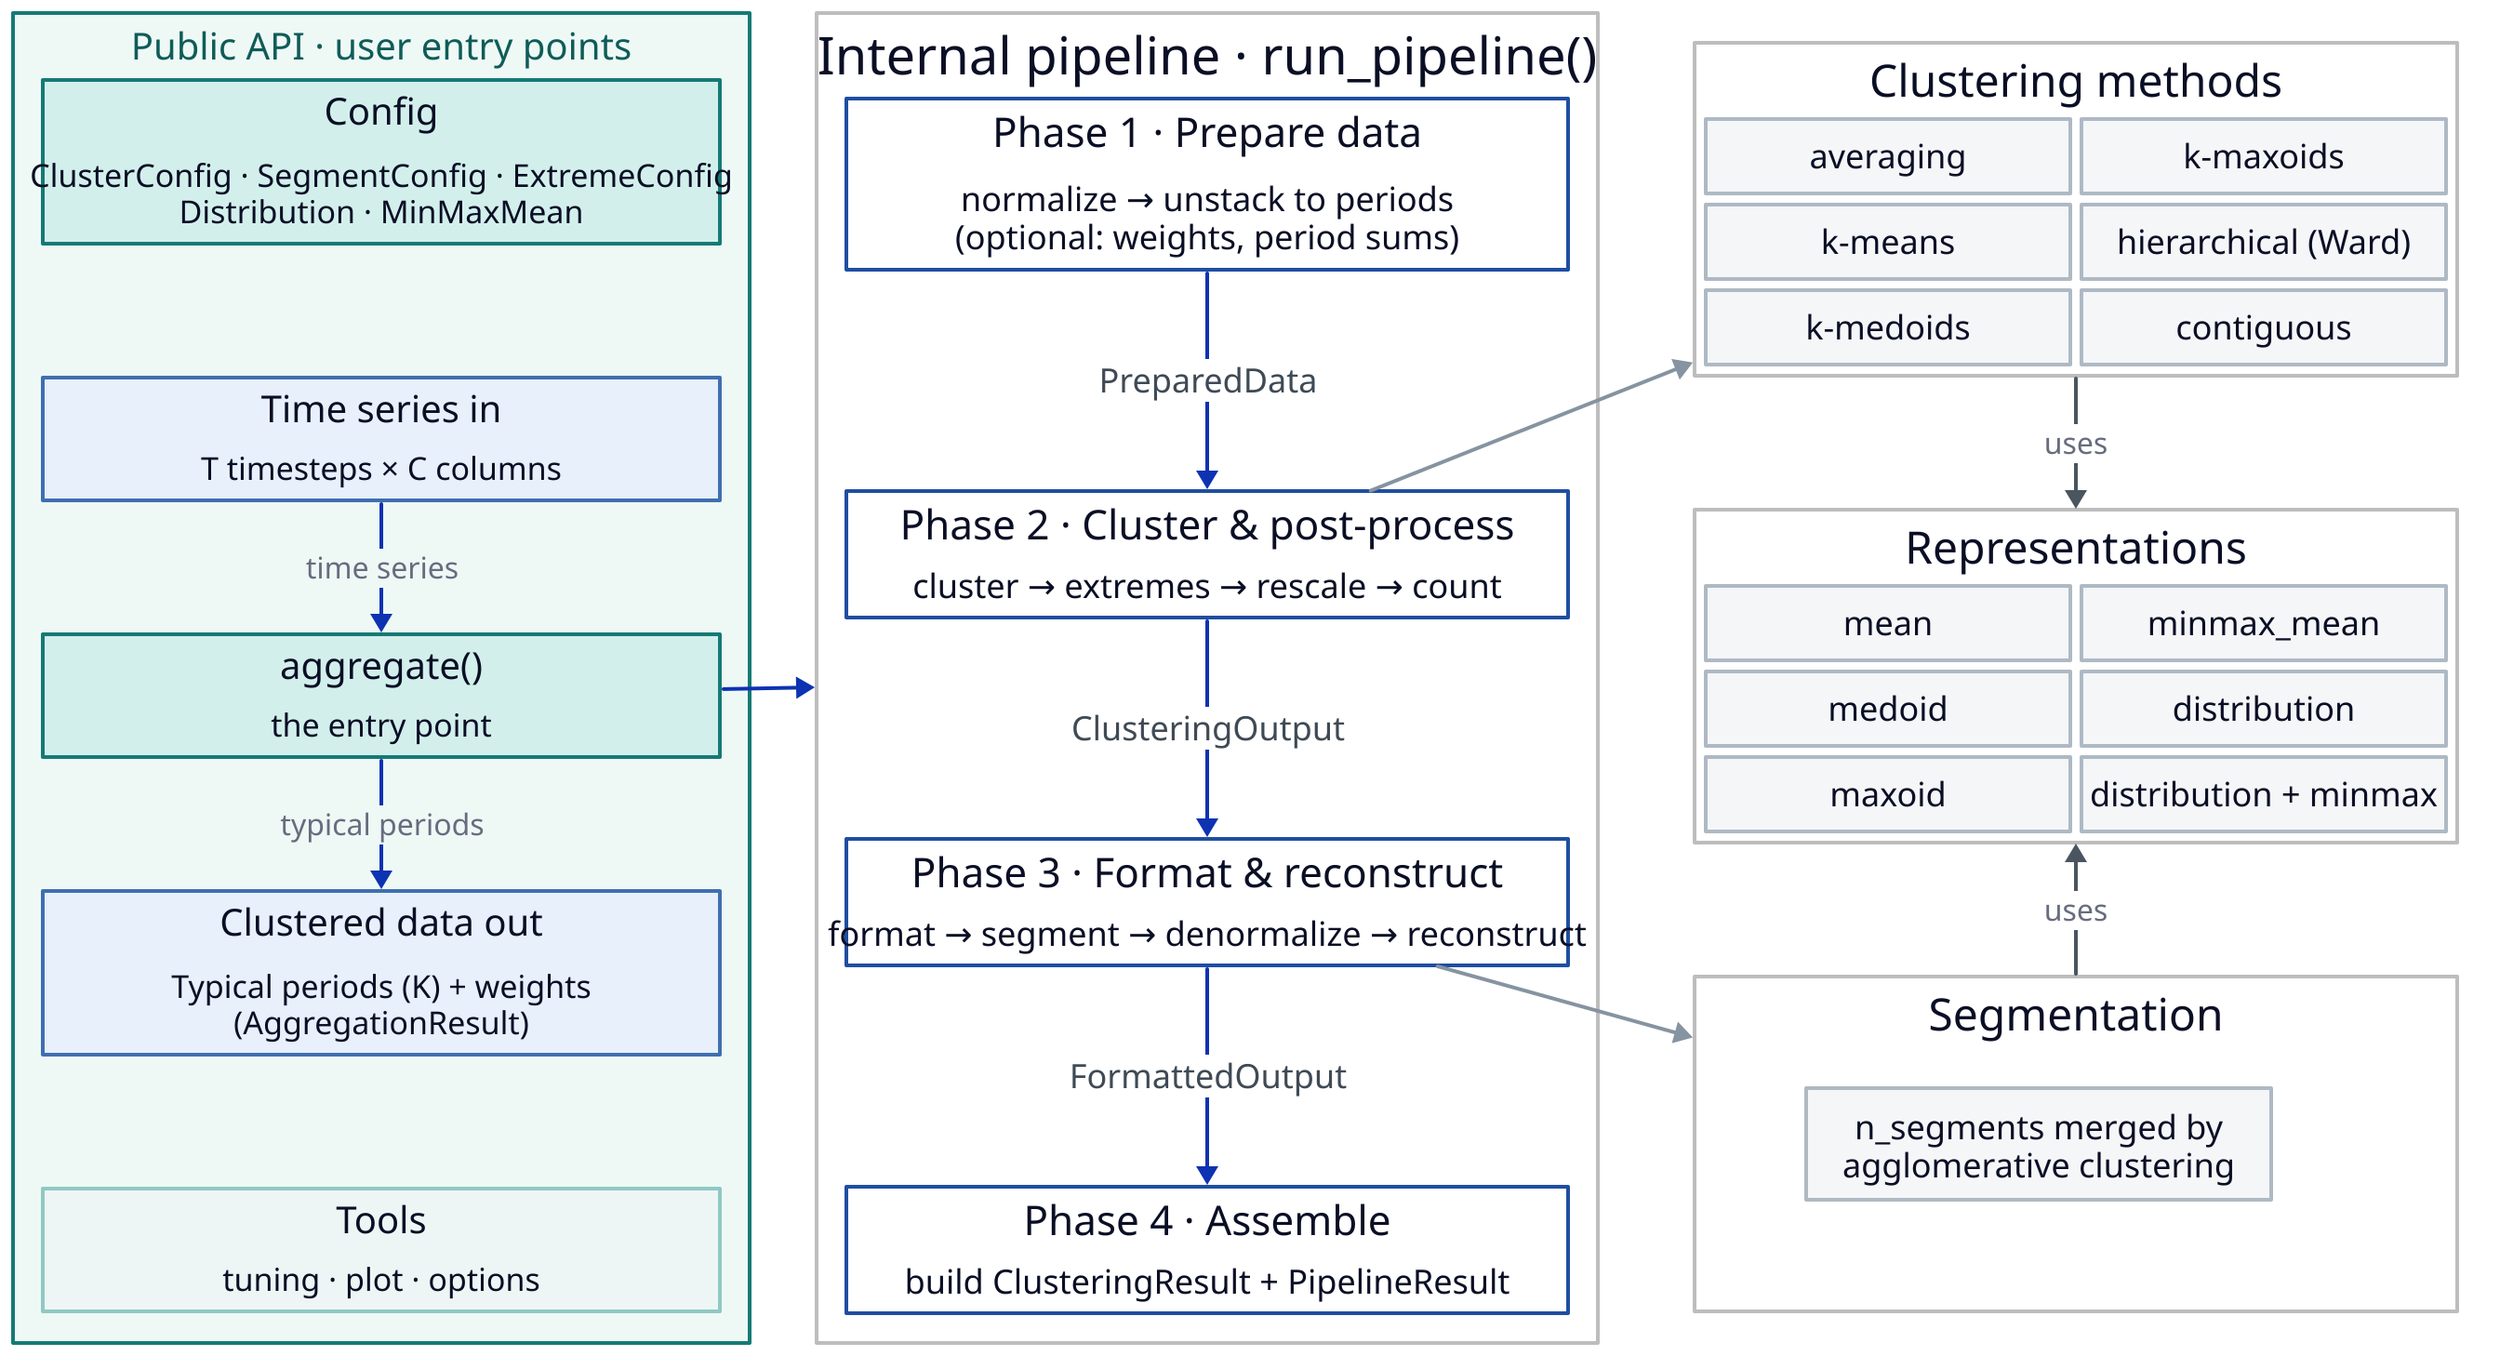
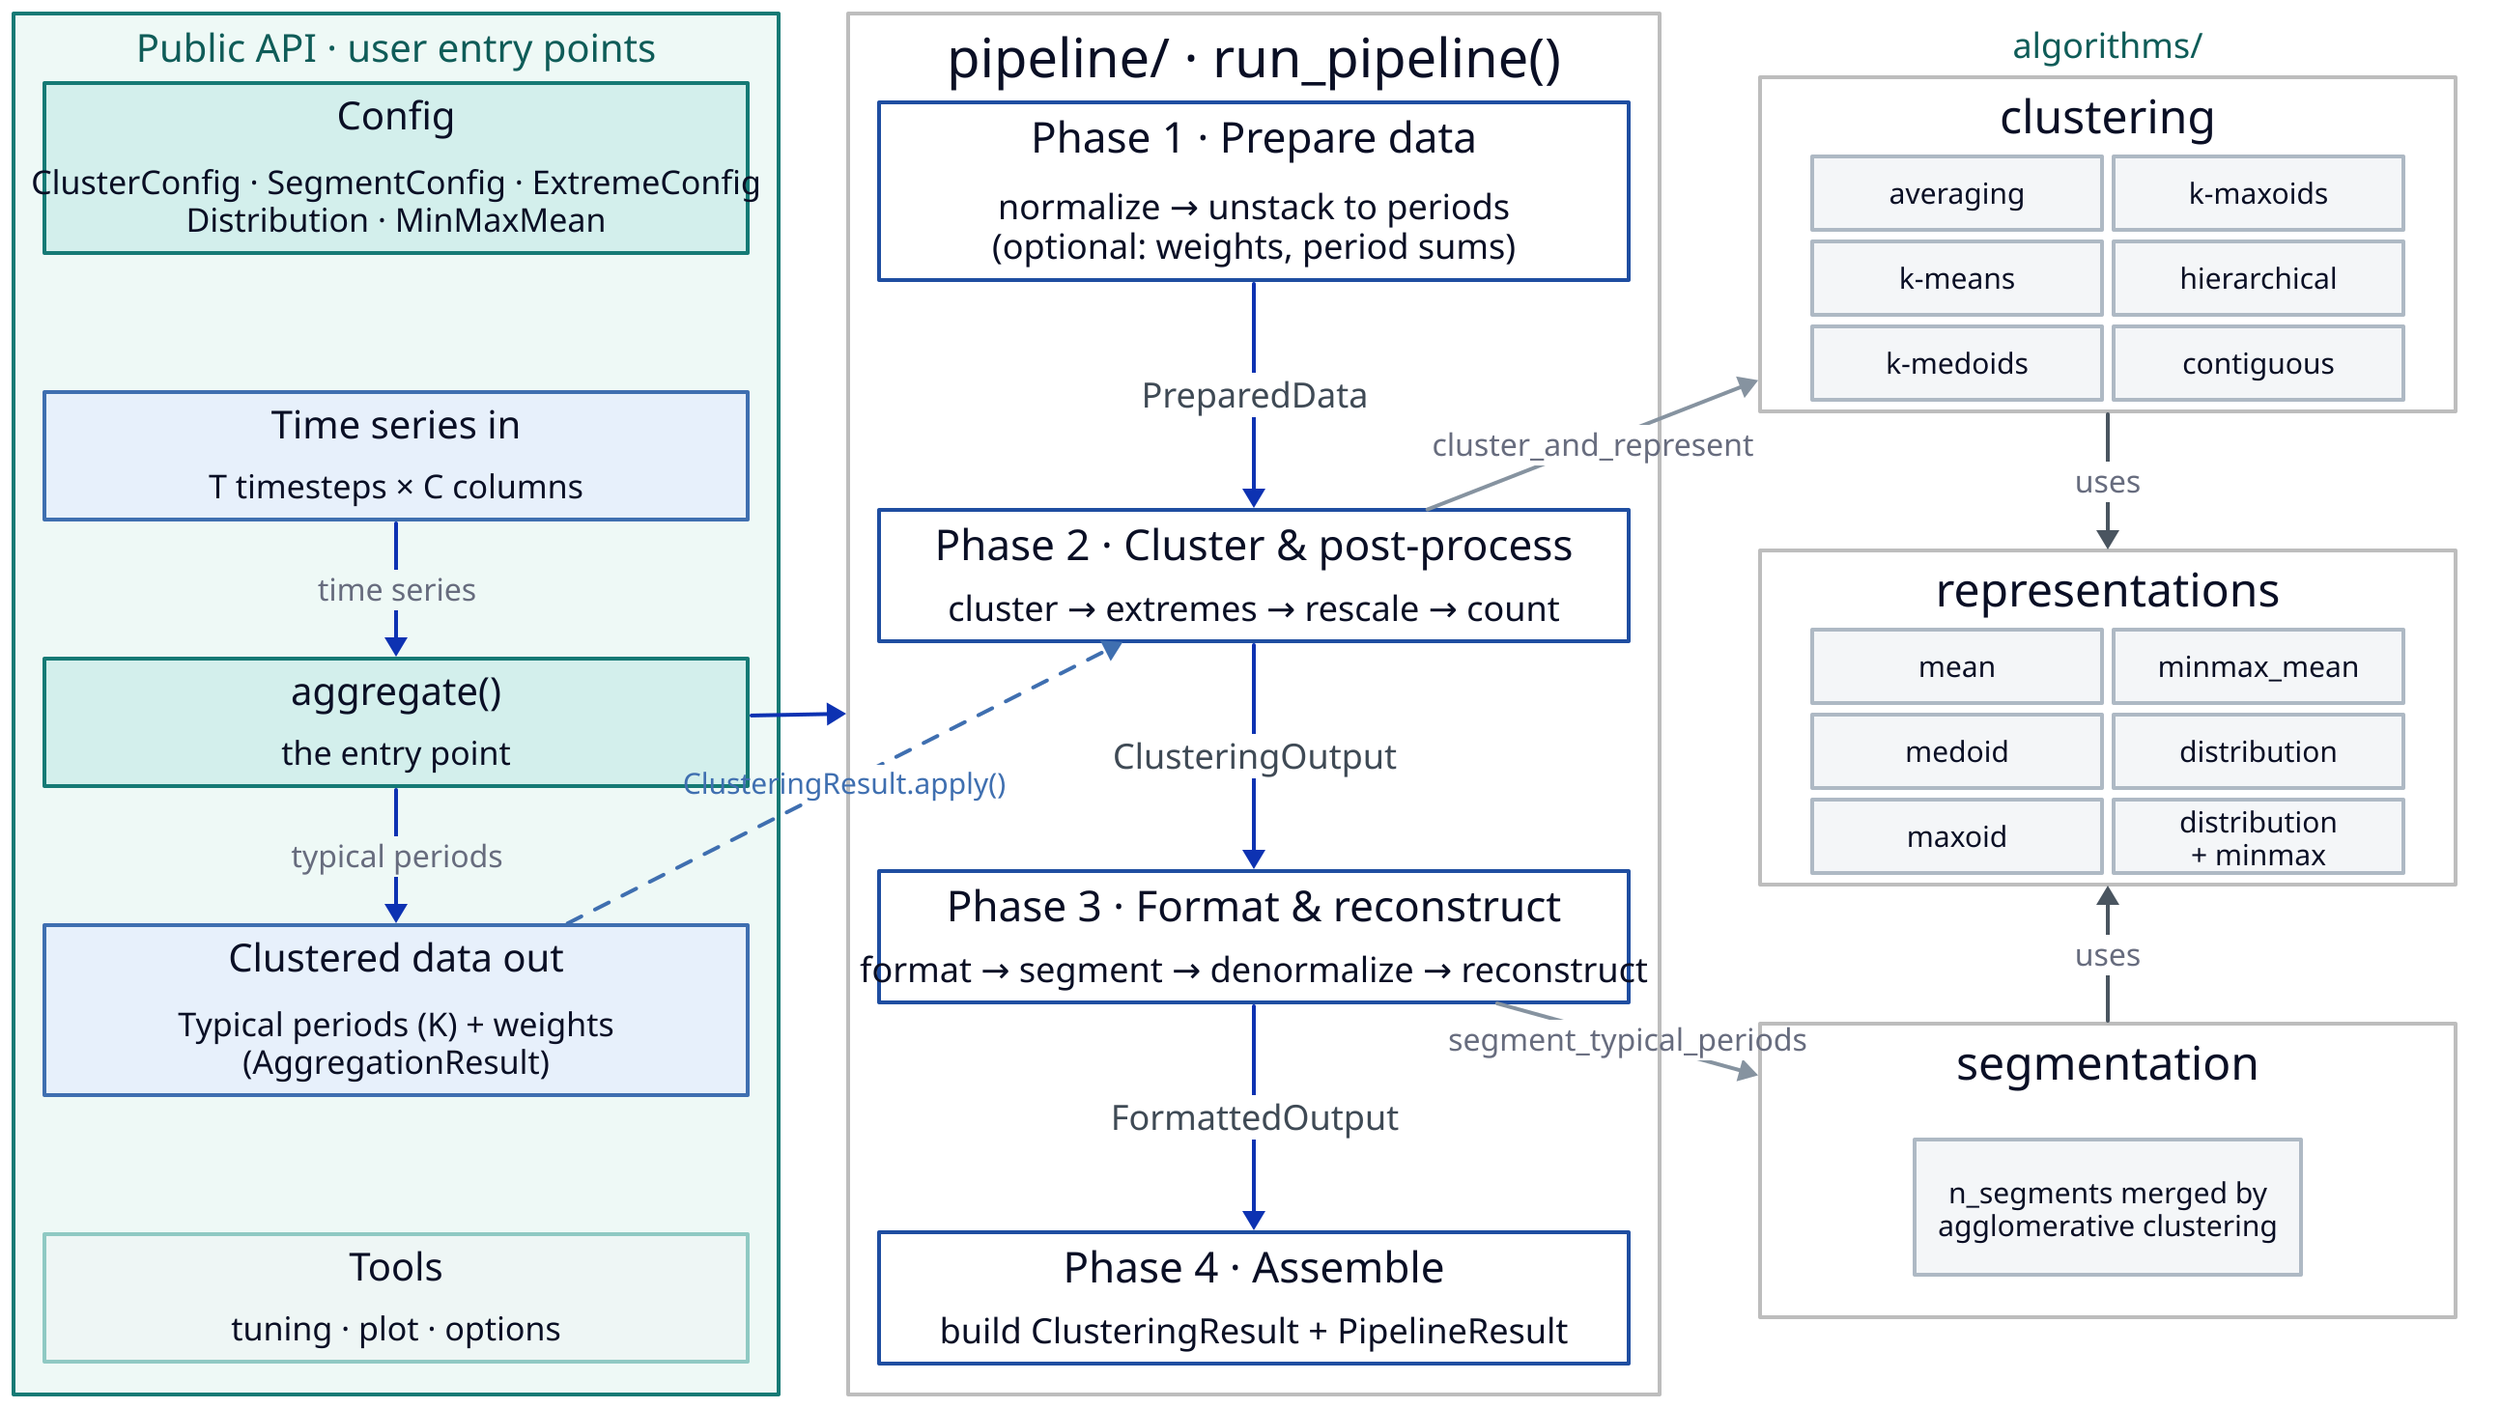
# Pipeline architecture diagram — user data flow (time series in -> aggregate()
# -> clustered data out), the four-phase run_pipeline(), and the clustering /
# representation / segmentation options. Compact and A4-printable. Regenerate:
#   d2 pipeline_diagram.d2 pipeline_diagram.svg

direction: down

vars: {
  d2-config: { pad: 6 }
}

classes: {
  side: { style: { fill: transparent; stroke: "#bdbdbd" } }
  pad: { style: { fill: transparent; stroke: transparent } }
  # green wrapper around the whole public API column (the user's entry points)
  api_group: { style: { fill: "#eef9f6"; stroke: "#157a75"; stroke-width: 2; bold: true; font-size: 20; font-color: "#0f5c58" } }
  # first-class public API (aggregate + config + results): prominent teal
  public: { style: { fill: "#d3efec"; stroke: "#157a75"; stroke-width: 2; bold: false; font-size: 18 } }
  # secondary public tools: lighter teal
  tool: { style: { fill: "#eef6f5"; stroke: "#8fc9c3"; bold: false; font-size: 16 } }
  # user data (time series in / clustered data out) — blue, distinct from the API
  data: { style: { fill: "#e7f0fb"; stroke: "#3f6fb0"; stroke-width: 2 } }
  # public-box title (bold) + body (normal) sub-nodes — same split as the phases
  # (d2 can't bold only part of a single label without markdown, which drops the
  # fill/border); fixed width keeps every box equal width and the text centred.
  pub_title: { width: 360; height: 30; style: { fill: transparent; stroke: transparent; bold: true; font-size: 20 } }
  pub_body: { width: 360; height: 30; style: { fill: transparent; stroke: transparent; bold: false; font-size: 17 } }
  # phase container holds a bold title sub-node + a normal-weight body sub-node
  # (d2 cannot bold only part of a single label without markdown, which drops
  # the box border — so the two weights are two borderless sub-nodes).
  phase: { style: { fill: "#ffffff"; stroke: "#1f4ea1"; stroke-width: 2 } }
  # fixed widths so every phase box is the same width and the centered text
  # lands on the box centre (d2 left-aligns content when it stretches a narrower
  # sibling to match the widest one).
  phase_title: { width: 384; height: 32; style: { fill: transparent; stroke: transparent; bold: true; font-size: 22 } }
  phase_body: { width: 384; height: 30; style: { fill: transparent; stroke: transparent; bold: false; font-size: 18 } }
  # individual option chips — fixed width so all three groups are equal width
-   opt: { width: 196; height: 40; style: { fill: "#f4f6f8"; stroke: "#aeb9c4"; bold: false; font-size: 18 } }
+   opt: { width: 150; height: 38; style: { fill: "#f4f6f8"; stroke: "#aeb9c4"; bold: false; font-size: 15 } }
  conn: { style: { stroke: "#8693a0" } }
}

grid-columns: 3
grid-gap: 36
vertical-gap: 20

# ── Left: public API (config → aggregate → results) + tools ────────────────
# grid-gap doubles as the container's inner padding, so it is kept tiny (4) to
# keep the outer boxes tight; the vertical spacing comes from transparent spacer
# rows whose heights are tuned to fill the column to the tallest (right) one.
lcol: "Public API · user entry points" {
  class: api_group
  grid-columns: 1
  grid-gap: 16
  cfg: "" {
    class: public
    grid-rows: 2
    grid-gap: 2
    title: "Config" { class: pub_title }
    body: "ClusterConfig · SegmentConfig · ExtremeConfig\nDistribution · MinMaxMean" { class: pub_body; height: 52 }
  }
  gap0: "" { class: pad; width: 10; height: 40 }
  ts: "" {
    class: data
    grid-rows: 2
    grid-gap: 2
    title: "Time series in" { class: pub_title }
    body: "T timesteps × C columns" { class: pub_body }
  }
  gapA: "" { class: pad; width: 10; height: 40 }
  api: "" {
    class: public
    grid-rows: 2
    grid-gap: 2
    title: "aggregate()" { class: pub_title }
    body: "the entry point" { class: pub_body }
  }
  gapB: "" { class: pad; width: 10; height: 40 }
  res: "" {
    class: data
    grid-rows: 2
    grid-gap: 2
    title: "Clustered data out" { class: pub_title }
    body: "Typical periods (K) + weights\n(AggregationResult)" { class: pub_body; height: 52 }
  }
  gapC: "" { class: pad; width: 10; height: 40 }
  tools: "" {
    class: tool
    grid-rows: 2
    grid-gap: 2
    title: "Tools" { class: pub_title }
    body: "tuning · plot · options" { class: pub_body }
  }
  ts -> api: "time series"
  api -> res: "typical periods"
}

# ── Center: the four phases (bold title + stage names) ─────────────────────
- pipeline: "Internal pipeline · run_pipeline()" {
+ pipeline: "pipeline/ · run_pipeline()" {
  class: side
  grid-columns: 1
  grid-gap: 16

  p1: "" {
    class: phase
    grid-rows: 2
    grid-gap: 2
    title: "Phase 1 · Prepare data" { class: phase_title }
    body: "normalize → unstack to periods\n(optional: weights, period sums)" { class: phase_body; height: 54 }
  }
  gap1: "" { class: pad; width: 10; height: 87 }
  p2: "" {
    class: phase
    grid-rows: 2
    grid-gap: 2
    title: "Phase 2 · Cluster & post-process" { class: phase_title }
    body: "cluster → extremes → rescale → count" { class: phase_body }
  }
  gap2: "" { class: pad; width: 10; height: 87 }
  p3: "" {
    class: phase
    grid-rows: 2
    grid-gap: 2
    title: "Phase 3 · Format & reconstruct" { class: phase_title }
    body: "format → segment → denormalize → reconstruct" { class: phase_body }
  }
  gap3: "" { class: pad; width: 10; height: 87 }
  p4: "" {
    class: phase
    grid-rows: 2
    grid-gap: 2
    title: "Phase 4 · Assemble" { class: phase_title }
    body: "build ClusteringResult + PipelineResult" { class: phase_body }
  }

  p1 -> p2: "PreparedData" { style.font-size: 18; style.font-color: "#3f4a55" }
  p2 -> p3: "ClusteringOutput" { style.font-size: 18; style.font-color: "#3f4a55" }
  p3 -> p4: "FormattedOutput" { style.font-size: 18; style.font-color: "#3f4a55" }
}

- # ── Right: backends. Clustering & segmentation both feed Representations ───
- rcol: "" {
+ # ── Right: algorithms/ — config-agnostic kernels the stages dispatch to ────
+ rcol: "algorithms/" {
  class: pad
+   style.font-size: 18
+   style.font-color: "#0f5c58"
+   style.bold: true
  grid-columns: 1
  grid-gap: 16

-   clu_back: "Clustering methods" {
+   clu_back: "clustering" {
    class: side
+     width: 360
    grid-columns: 2
    grid-gap: 6
    m1: "averaging" { class: opt }
    m2: "k-means" { class: opt }
    m3: "k-medoids" { class: opt }
    m4: "k-maxoids" { class: opt }
-     m5: "hierarchical (Ward)" { class: opt }
+     m5: "hierarchical" { class: opt }
    m6: "contiguous" { class: opt }
  }

  gapR1: "" { class: pad; width: 10; height: 40 }
-   reps: "Representations" {
+   reps: "representations" {
    class: side
+     width: 360
    grid-columns: 2
    grid-gap: 6
    r1: "mean" { class: opt }
    r2: "medoid" { class: opt }
    r3: "maxoid" { class: opt }
    r4: "minmax_mean" { class: opt }
    r5: "distribution" { class: opt }
-     r6: "distribution + minmax" { class: opt }
+     r6: "distribution\n+ minmax" { class: opt }
  }

  gapR2: "" { class: pad; width: 10; height: 40 }
-   seg_back: "Segmentation" {
+   seg_back: "segmentation" {
    class: side
+     width: 360
+     height: 152
    grid-columns: 1
-     s1: "n_segments merged by\nagglomerative clustering" { class: opt; height: 60; width: 250 }
+     s1: "n_segments merged by\nagglomerative clustering" { class: opt; height: 70; width: 200 }
  }
}

# ── Edges ─────────────────────────────────────────────────────────────────
lcol.api -> pipeline
- pipeline.p2 -> rcol.clu_back { class: conn }
- pipeline.p3 -> rcol.seg_back { class: conn }
+ pipeline.p2 -> rcol.clu_back: "cluster_and_represent" { class: conn }
+ pipeline.p3 -> rcol.seg_back: "segment_typical_periods" { class: conn }
rcol.clu_back -> rcol.reps: "uses" { style: { stroke: "#4a5560"; stroke-width: 2 } }
rcol.seg_back -> rcol.reps: "uses" { style: { stroke: "#4a5560"; stroke-width: 2 } }
+ 
+ # transfer path: reuse a fitted clustering on new data (skips the clustering step)
+ lcol.res -> pipeline.p2: "ClusteringResult.apply()" { style: { stroke-dash: 4; stroke: "#3f6fb0"; font-size: 15; font-color: "#3f6fb0" } }
